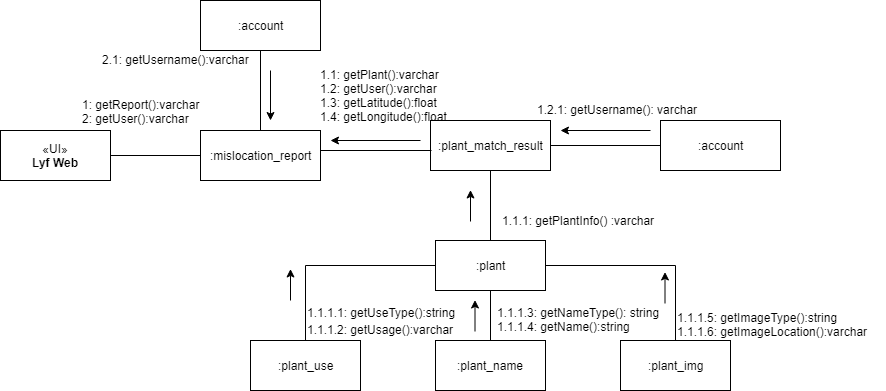
The draw.io diagram Documentations/Diagrams/9-Communication Diagram/Mislocation Report.png in seans888/project--lyf, before a commit. Source tidied: cells renumbered, new cells last; positions are measured from the earlier drawing's top-left corner, leaving out a move shared by most shapes. Its diagram source:
```xml
<mxGraphModel>
  <root>
    <mxCell id="0" />
    <mxCell id="1" parent="0" />
    <mxCell id="2" style="edgeStyle=orthogonalEdgeStyle;rounded=0;jettySize=auto;html=1;exitX=1;exitY=0.5;exitDx=0;exitDy=0;entryX=0;entryY=0.5;entryDx=0;entryDy=0;endArrow=none;endFill=0;" parent="1" edge="1" source="3" target="29">
      <mxGeometry relative="1" as="geometry" />
    </mxCell>
    <mxCell id="3" value="«UI»&lt;br&gt;&lt;b&gt;Lyf Web&lt;/b&gt;&lt;br&gt;" style="html=1;" parent="1" vertex="1">
      <mxGeometry y="130" width="110" height="50" as="geometry" />
    </mxCell>
    <mxCell id="4" style="edgeStyle=orthogonalEdgeStyle;rounded=0;jettySize=auto;html=1;exitX=0.5;exitY=1;exitDx=0;exitDy=0;endArrow=none;endFill=0;" parent="1" edge="1" source="6" target="8">
      <mxGeometry relative="1" as="geometry" />
    </mxCell>
    <mxCell id="5" style="edgeStyle=orthogonalEdgeStyle;rounded=0;jettySize=auto;html=1;exitX=1;exitY=0.5;exitDx=0;exitDy=0;entryX=0;entryY=0.5;entryDx=0;entryDy=0;endArrow=none;endFill=0;" parent="1" edge="1" source="6" target="15">
      <mxGeometry relative="1" as="geometry" />
    </mxCell>
    <mxCell id="6" value=":plant_match_result" style="html=1;" parent="1" vertex="1">
      <mxGeometry x="430" y="120" width="120" height="50" as="geometry" />
    </mxCell>
    <mxCell id="7" value="1.1: getPlant():varchar&lt;br&gt;1.2: getUser():varchar&lt;br&gt;1.3: getLatitude():float&lt;br&gt;1.4: getLongitude():float&lt;br&gt;" style="text;html=1;align=left;verticalAlign=top;spacingTop=-4;" parent="1" vertex="1">
      <mxGeometry x="317.5" y="65" width="140" height="60" as="geometry" />
    </mxCell>
    <mxCell id="8" value=":plant" style="html=1;" parent="1" vertex="1">
      <mxGeometry x="435" y="240" width="110" height="50" as="geometry" />
    </mxCell>
    <mxCell id="9" style="edgeStyle=orthogonalEdgeStyle;rounded=0;jettySize=auto;html=1;exitX=0.5;exitY=0;exitDx=0;exitDy=0;entryX=0.5;entryY=1;entryDx=0;entryDy=0;endArrow=none;endFill=0;" parent="1" edge="1" source="10" target="8">
      <mxGeometry relative="1" as="geometry" />
    </mxCell>
    <mxCell id="10" value=":plant_name" style="html=1;" parent="1" vertex="1">
      <mxGeometry x="435" y="340" width="110" height="50" as="geometry" />
    </mxCell>
    <mxCell id="11" style="edgeStyle=orthogonalEdgeStyle;rounded=0;jettySize=auto;html=1;exitX=0.5;exitY=0;exitDx=0;exitDy=0;entryX=0;entryY=0.5;entryDx=0;entryDy=0;endArrow=none;endFill=0;" parent="1" edge="1" source="12" target="8">
      <mxGeometry relative="1" as="geometry" />
    </mxCell>
    <mxCell id="12" value=":plant_use&lt;br&gt;" style="html=1;" parent="1" vertex="1">
      <mxGeometry x="250" y="340" width="110" height="50" as="geometry" />
    </mxCell>
    <mxCell id="13" style="edgeStyle=orthogonalEdgeStyle;rounded=0;jettySize=auto;html=1;exitX=0.5;exitY=0;exitDx=0;exitDy=0;entryX=1;entryY=0.5;entryDx=0;entryDy=0;endArrow=none;endFill=0;" parent="1" edge="1" source="14" target="8">
      <mxGeometry relative="1" as="geometry" />
    </mxCell>
    <mxCell id="14" value=":plant_img&lt;br&gt;" style="html=1;" parent="1" vertex="1">
      <mxGeometry x="620" y="340" width="110" height="50" as="geometry" />
    </mxCell>
    <mxCell id="15" value=":account" style="html=1;" parent="1" vertex="1">
      <mxGeometry x="660" y="120" width="120" height="50" as="geometry" />
    </mxCell>
    <mxCell id="16" value="1.2.1: getUsername(): varchar&amp;nbsp;" style="text;html=1;align=left;verticalAlign=top;spacingTop=-4;" parent="1" vertex="1">
      <mxGeometry x="535" y="100" width="180" height="20" as="geometry" />
    </mxCell>
    <mxCell id="17" value="1.1.1: getPlantInfo() :varchar" style="text;html=1;align=left;verticalAlign=top;spacingTop=-4;" parent="1" vertex="1">
      <mxGeometry x="500" y="211" width="170" height="20" as="geometry" />
    </mxCell>
    <mxCell id="18" value="1.1.1.1: getUseType():string" style="text;html=1;align=left;verticalAlign=top;spacingTop=-4;" parent="1" vertex="1">
      <mxGeometry x="305" y="303" width="160" height="20" as="geometry" />
    </mxCell>
    <mxCell id="19" value="1.1.1.2: getUsage():varchar" style="text;html=1;align=left;verticalAlign=top;spacingTop=-4;" parent="1" vertex="1">
      <mxGeometry x="305" y="320" width="160" height="20" as="geometry" />
    </mxCell>
    <mxCell id="20" value="1.1.1.3: getNameType(): string&lt;br&gt;1.1.1.4: getName():string&lt;br&gt;" style="text;html=1;align=left;verticalAlign=top;spacingTop=-4;" parent="1" vertex="1">
      <mxGeometry x="495" y="303" width="180" height="30" as="geometry" />
    </mxCell>
    <mxCell id="21" value="1.1.1.5: getImageType():string&lt;br&gt;1.1.1.6: getImageLocation():varchar&lt;br&gt;" style="text;html=1;align=left;verticalAlign=top;spacingTop=-4;" parent="1" vertex="1">
      <mxGeometry x="675" y="308" width="210" height="30" as="geometry" />
    </mxCell>
    <mxCell id="22" style="endArrow=none;html=1;entryX=0.008;entryY=0.593;entryDx=0;entryDy=0;entryPerimeter=0;endFill=0;" parent="1" edge="1" target="6">
      <mxGeometry relative="1" as="geometry">
        <mxPoint x="320" y="150" as="sourcePoint" />
      </mxGeometry>
    </mxCell>
    <mxCell id="23" style="endArrow=classic;html=1;" parent="1" edge="1">
      <mxGeometry relative="1" as="geometry">
        <mxPoint x="650" y="130" as="sourcePoint" />
        <mxPoint x="560" y="130" as="targetPoint" />
      </mxGeometry>
    </mxCell>
    <mxCell id="24" style="endArrow=classic;html=1;" parent="1" edge="1">
      <mxGeometry relative="1" as="geometry">
        <mxPoint x="290" y="300" as="sourcePoint" />
        <mxPoint x="290" y="268.5" as="targetPoint" />
      </mxGeometry>
    </mxCell>
    <mxCell id="25" style="endArrow=classic;html=1;" parent="1" edge="1">
      <mxGeometry relative="1" as="geometry">
        <mxPoint x="474.5" y="331" as="sourcePoint" />
        <mxPoint x="474.5" y="299.5" as="targetPoint" />
      </mxGeometry>
    </mxCell>
    <mxCell id="26" style="endArrow=classic;html=1;" parent="1" edge="1">
      <mxGeometry relative="1" as="geometry">
        <mxPoint x="664.5" y="303" as="sourcePoint" />
        <mxPoint x="664.5" y="271.5" as="targetPoint" />
      </mxGeometry>
    </mxCell>
    <mxCell id="27" style="endArrow=classic;html=1;" parent="1" edge="1">
      <mxGeometry relative="1" as="geometry">
        <mxPoint x="470" y="221" as="sourcePoint" />
        <mxPoint x="470" y="189.5" as="targetPoint" />
      </mxGeometry>
    </mxCell>
    <mxCell id="28" style="edgeStyle=orthogonalEdgeStyle;rounded=0;jettySize=auto;html=1;exitX=0.5;exitY=0;exitDx=0;exitDy=0;entryX=0.5;entryY=1;entryDx=0;entryDy=0;endArrow=none;endFill=0;" parent="1" edge="1" source="29" target="31">
      <mxGeometry relative="1" as="geometry" />
    </mxCell>
    <mxCell id="29" value=":mislocation_report" style="html=1;" parent="1" vertex="1">
      <mxGeometry x="200" y="130" width="120" height="50" as="geometry" />
    </mxCell>
    <mxCell id="30" value="1: getReport():varchar&lt;br&gt;2: getUser():varchar&lt;br&gt;" style="text;html=1;align=left;verticalAlign=top;spacingTop=-4;" parent="1" vertex="1">
      <mxGeometry x="80" y="95" width="130" height="30" as="geometry" />
    </mxCell>
    <mxCell id="31" value=":account" style="html=1;" parent="1" vertex="1">
      <mxGeometry x="200" width="120" height="50" as="geometry" />
    </mxCell>
    <mxCell id="32" value="2.1: getUsername():varchar" style="text;html=1;align=left;verticalAlign=top;spacingTop=-4;" parent="1" vertex="1">
      <mxGeometry x="100" y="50" width="160" height="20" as="geometry" />
    </mxCell>
    <mxCell id="33" style="endArrow=classic;html=1;" parent="1" edge="1">
      <mxGeometry relative="1" as="geometry">
        <mxPoint x="270" y="70" as="sourcePoint" />
        <mxPoint x="270" y="120" as="targetPoint" />
      </mxGeometry>
    </mxCell>
    <mxCell id="34" style="endArrow=classic;html=1;" parent="1" edge="1">
      <mxGeometry relative="1" as="geometry">
        <mxPoint x="420" y="140" as="sourcePoint" />
        <mxPoint x="330" y="140" as="targetPoint" />
      </mxGeometry>
    </mxCell>
  </root>
</mxGraphModel>
```
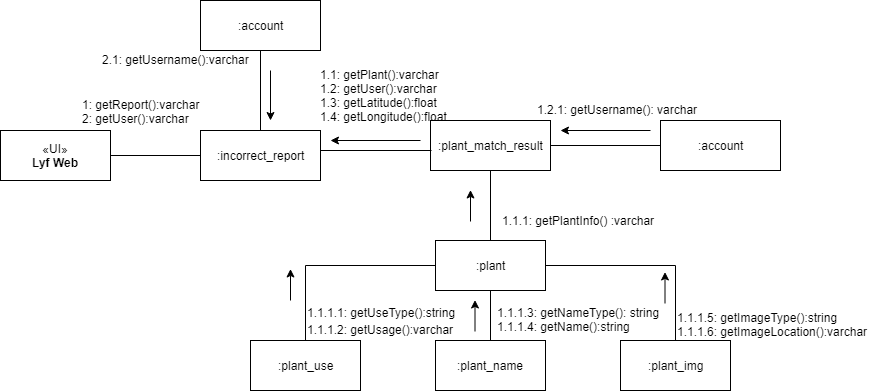
Above is the later version.

The edit, as a diff of the source:
```diff
@@ -100,7 +100,7 @@
     <mxCell id="28" style="edgeStyle=orthogonalEdgeStyle;rounded=0;jettySize=auto;html=1;exitX=0.5;exitY=0;exitDx=0;exitDy=0;entryX=0.5;entryY=1;entryDx=0;entryDy=0;endArrow=none;endFill=0;" parent="1" edge="1" source="29" target="31">
       <mxGeometry relative="1" as="geometry" />
     </mxCell>
-    <mxCell id="29" value=":mislocation_report" style="html=1;" parent="1" vertex="1">
+    <mxCell id="29" value=":incorrect_report" style="html=1;" parent="1" vertex="1">
       <mxGeometry x="200" y="130" width="120" height="50" as="geometry" />
     </mxCell>
     <mxCell id="30" value="1: getReport():varchar&lt;br&gt;2: getUser():varchar&lt;br&gt;" style="text;html=1;align=left;verticalAlign=top;spacingTop=-4;" parent="1" vertex="1">
```
